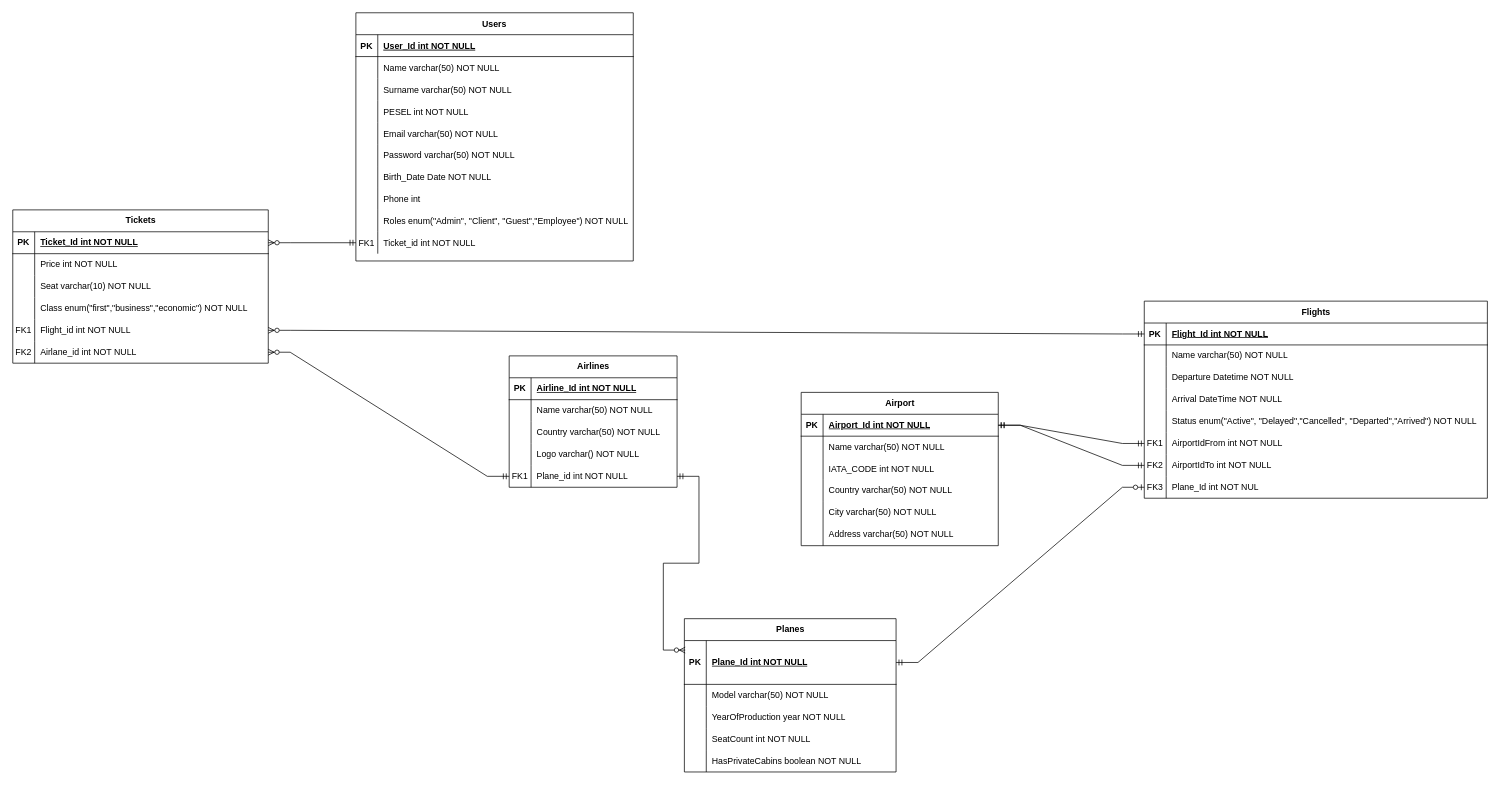
This is Docs/ERD.drawio from JakubDulewicz/Projekt-TAIB, a draw.io file, before an edit. Source tidied: cells renumbered, new cells numbered last; positions are measured from the earlier drawing's top-left corner, leaving out a move shared by most shapes. Both pictures are drawn from the tidied source at 73%, with x=0, y=0 at pixel (12, 12).
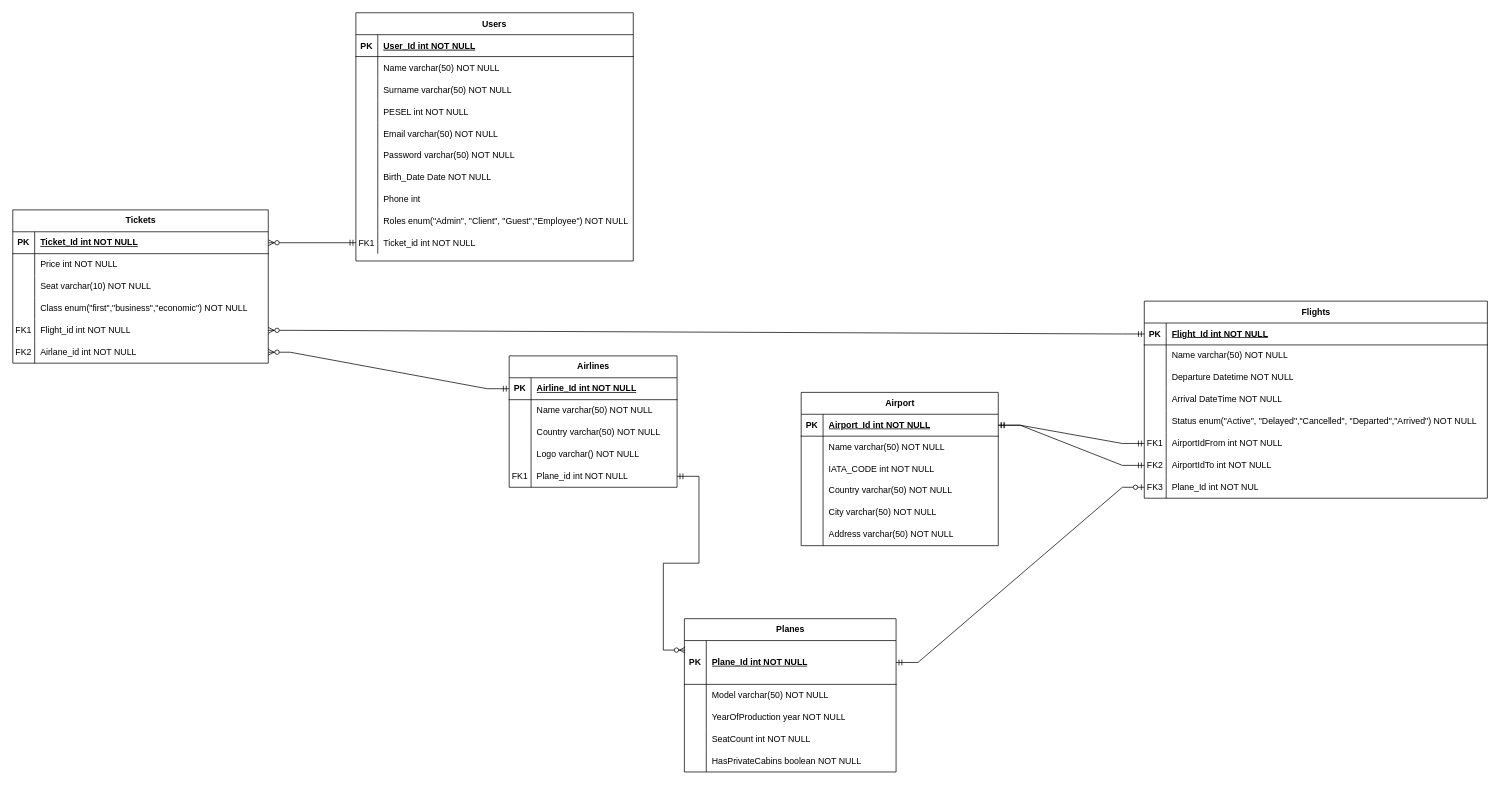
Above is the later version.

Unchanged cells that the change refers to:
```xml
<mxCell id="35" style="shape=tableRow;horizontal=0;startSize=0;swimlaneHead=0;swimlaneBody=0;fillColor=none;points=[[0,0.5],[1,0.5]];portConstraint=eastwest;top=0;left=0;right=0;bottom=1;" parent="34" vertex="1">
  <mxGeometry y="30" width="230" height="30" as="geometry" />
</mxCell>
<mxCell id="47" style="shape=tableRow;horizontal=0;startSize=0;swimlaneHead=0;swimlaneBody=0;fillColor=none;points=[[0,0.5],[1,0.5]];portConstraint=eastwest;top=0;left=0;right=0;bottom=0;" parent="34" vertex="1">
  <mxGeometry y="150" width="230" height="30" as="geometry" />
</mxCell>
<mxCell id="83" style="shape=tableRow;horizontal=0;startSize=0;swimlaneHead=0;swimlaneBody=0;fillColor=none;points=[[0,0.5],[1,0.5]];portConstraint=eastwest;top=0;left=0;right=0;bottom=0;" parent="67" vertex="1">
  <mxGeometry y="180" width="350" height="30" as="geometry" />
</mxCell>
```

What changed in the source:
```diff
@@
-    <mxCell id="88" style="edgeStyle=entityRelationEdgeStyle;fontSize=12;html=1;endArrow=ERzeroToMany;startArrow=ERmandOne;rounded=0;exitX=0;exitY=0.5;exitDx=0;exitDy=0;entryX=1;entryY=0.5;entryDx=0;entryDy=0;" parent="1" edge="1" source="47" target="83">
+    <mxCell id="88" style="edgeStyle=entityRelationEdgeStyle;fontSize=12;html=1;endArrow=ERzeroToMany;startArrow=ERmandOne;rounded=0;exitX=0;exitY=0.5;exitDx=0;exitDy=0;entryX=1;entryY=0.5;entryDx=0;entryDy=0;" parent="1" edge="1" source="35" target="83">
       <mxGeometry relative="1" as="geometry">
         <Array as="points">
           <mxPoint x="230" y="900" />
           <mxPoint x="350" y="820" />
           <mxPoint x="270" y="820" />
           <mxPoint x="250" y="500" />
         </Array>
       </mxGeometry>
     </mxCell>
```
